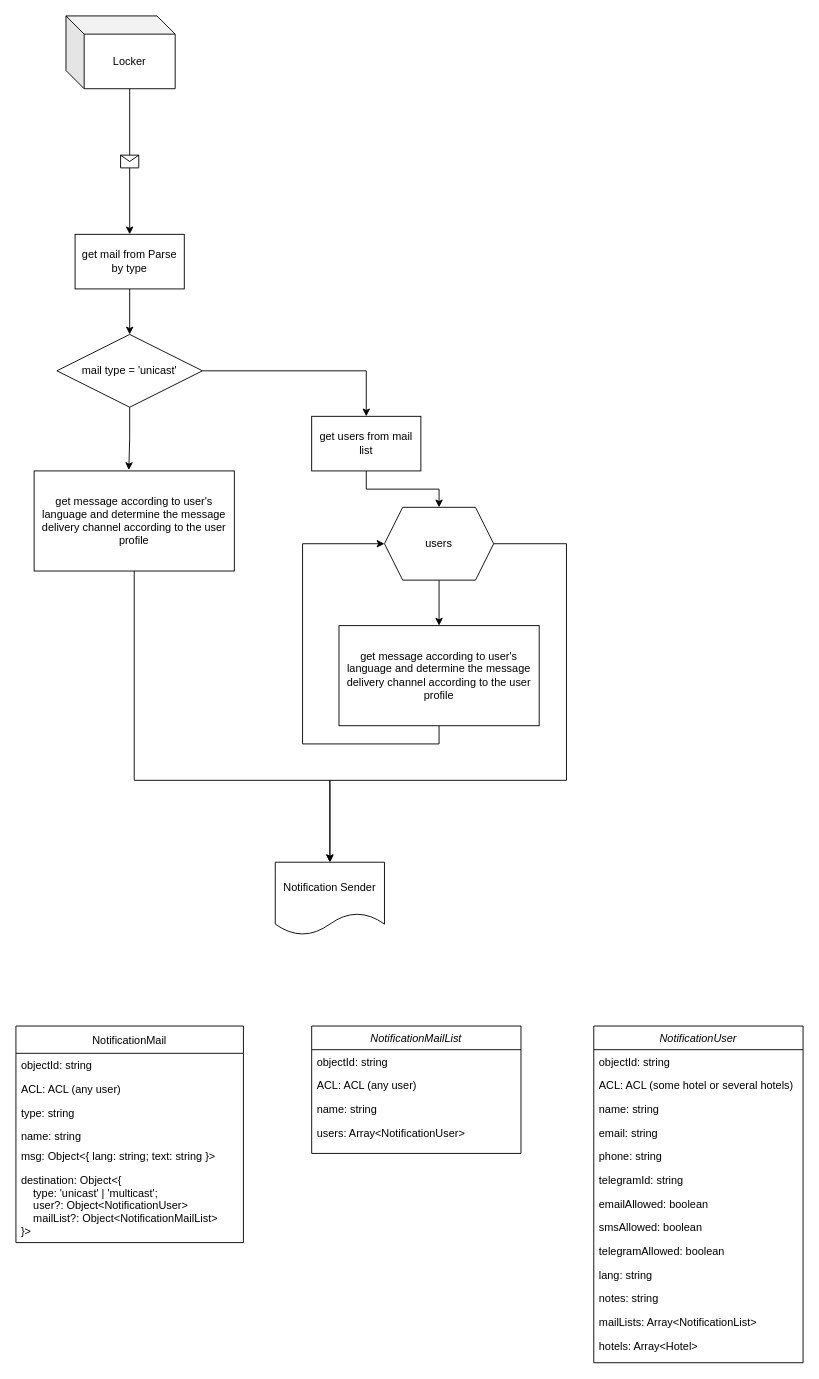
Before: page "Notification Manager" (4 of 4) of diagram.drawio in akrnv25/hotel-notifications, a draw.io diagram. Source tidied: cells renumbered, new cells numbered last; positions are measured from the earlier drawing's top-left corner, leaving out a move shared by most shapes. Both pictures are drawn from the tidied source at 91%, with x=0, y=0 at pixel (15, 15).
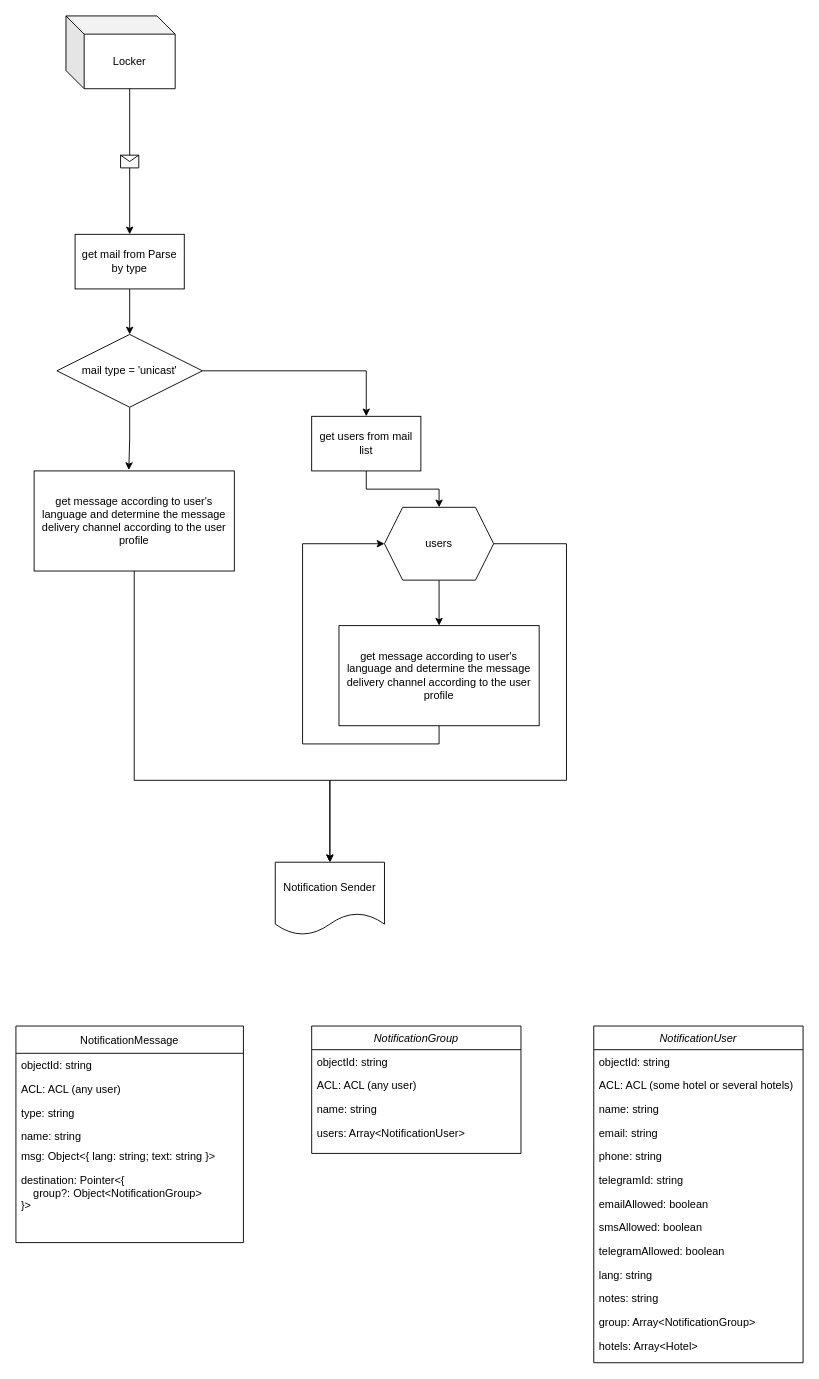
Above is the later version.

Commit message:
Change name to Group

The change refers to these unchanged cells:
```xml
<mxCell id="32" value="NotificationUser" style="swimlane;fontStyle=2;align=center;verticalAlign=top;horizontal=1;startSize=26;rounded=0;shadow=0;strokeWidth=1;" parent="1" vertex="1">
  <mxGeometry x="635" y="1110" width="230" height="370" as="geometry" />
</mxCell>
```

The edit, as a diff of the source:
```diff
@@
-    <mxCell id="5" value="NotificationMail" style="swimlane;fontStyle=0;horizontal=1;startSize=30;" parent="1" vertex="1">
+    <mxCell id="5" value="NotificationMessage" style="swimlane;fontStyle=0;horizontal=1;startSize=30;" parent="1" vertex="1">
       <mxGeometry y="1110" width="250" height="238" as="geometry" />
     </mxCell>
@@
-    <mxCell id="11" value="destination: Object&lt;{&#10;    type: 'unicast' | 'multicast';&#10;    user?: Object&lt;NotificationUser&gt;&#10;    mailList?: Object&lt;NotificationMailList&gt;&#10;}&gt;" style="text;align=left;verticalAlign=top;spacingLeft=4;spacingRight=4;overflow=hidden;rounded=0;shadow=0;html=0;" parent="5" vertex="1">
+    <mxCell id="11" value="destination: Pointer&lt;{&#10;    group?: Object&lt;NotificationGroup&gt;&#10;}&gt;" style="text;align=left;verticalAlign=top;spacingLeft=4;spacingRight=4;overflow=hidden;rounded=0;shadow=0;html=0;" parent="5" vertex="1">
       <mxGeometry y="156" width="250" height="82" as="geometry" />
     </mxCell>
@@
-    <mxCell id="27" value="NotificationMailList" style="swimlane;fontStyle=2;align=center;verticalAlign=top;horizontal=1;startSize=26;rounded=0;shadow=0;strokeWidth=1;" parent="1" vertex="1">
+    <mxCell id="27" value="NotificationGroup" style="swimlane;fontStyle=2;align=center;verticalAlign=top;horizontal=1;startSize=26;rounded=0;shadow=0;strokeWidth=1;" parent="1" vertex="1">
       <mxGeometry x="325" y="1110" width="230" height="140" as="geometry" />
     </mxCell>
@@
-    <mxCell id="44" value="mailLists: Array&lt;NotificationList&gt;" style="text;align=left;verticalAlign=top;spacingLeft=4;spacingRight=4;overflow=hidden;rounded=0;shadow=0;html=0;" parent="32" vertex="1">
+    <mxCell id="44" value="group: Array&lt;NotificationGroup&gt;" style="text;align=left;verticalAlign=top;spacingLeft=4;spacingRight=4;overflow=hidden;rounded=0;shadow=0;html=0;" parent="32" vertex="1">
       <mxGeometry y="312" width="230" height="26" as="geometry" />
     </mxCell>
```
